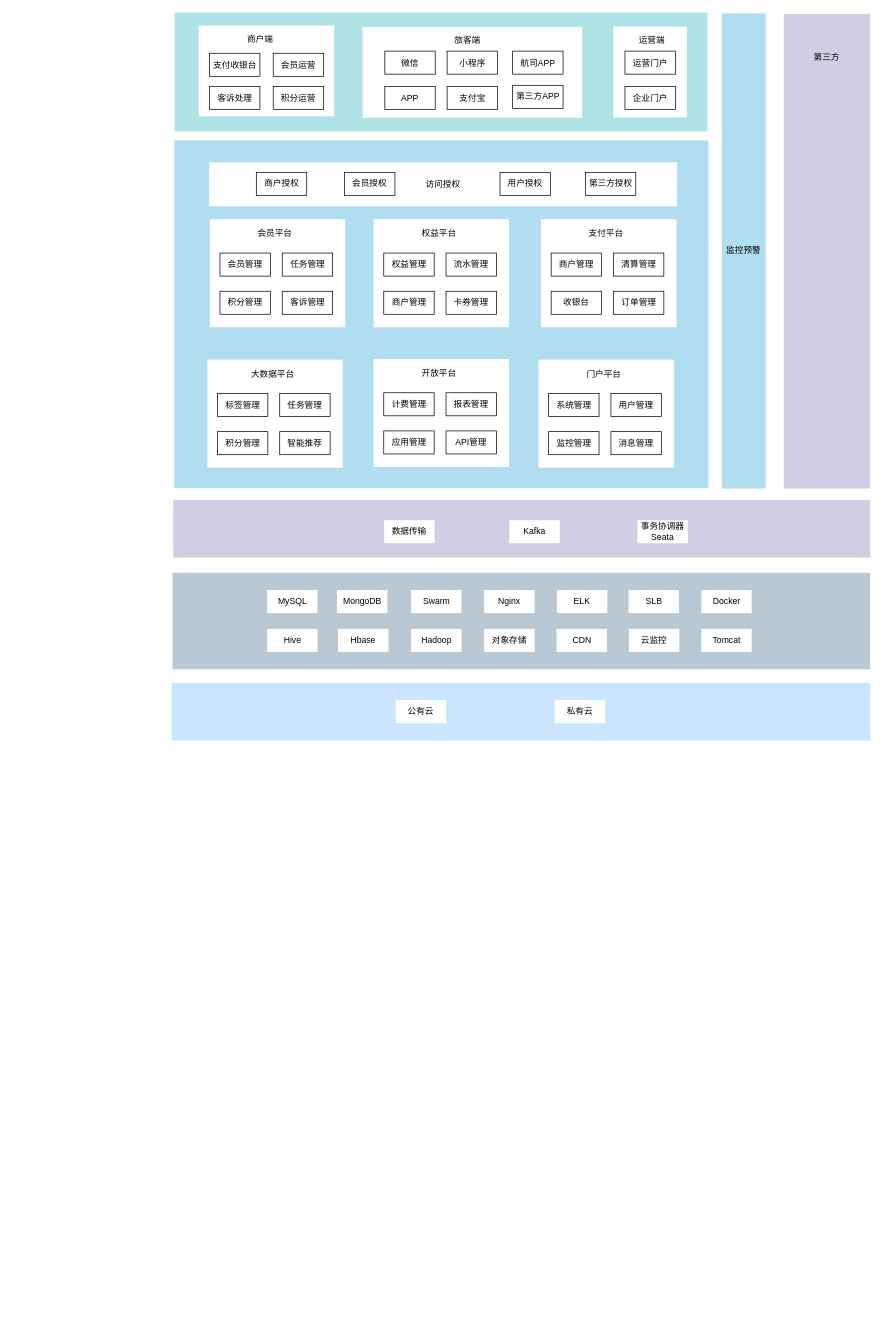
This is beijingAirport.drawio from wuqh/draw, a draw.io file, before an edit. Source tidied: cells renumbered, new cells numbered last; positions are measured from the earlier drawing's top-left corner, leaving out a move shared by most shapes. Both pictures are drawn from the tidied source at 72%, with x=0, y=0 at pixel (171, 12).
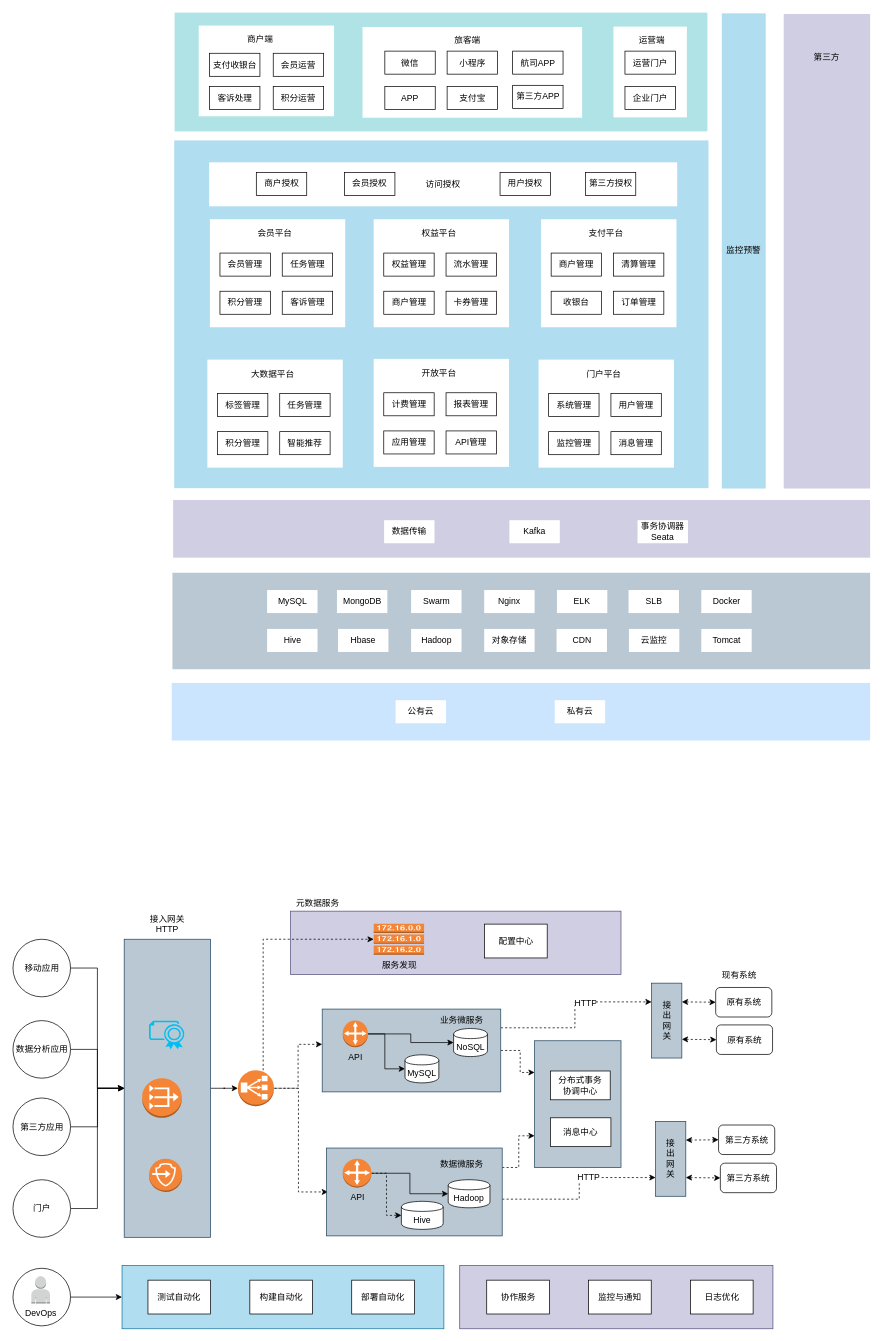
The same diagram, later.

Change to the diagram source:
```diff
@@
+    <mxCell id="88" style="rounded=0;whiteSpace=wrap;html=1;strokeColor=#23445d;fillColor=#bac8d3;" parent="1" vertex="1">
+      <mxGeometry x="504" y="1428" width="120" height="176" as="geometry" />
+    </mxCell>
+    <mxCell id="89" style="rounded=0;whiteSpace=wrap;html=1;strokeColor=#56517e;fillColor=#d0cee2;" parent="1" vertex="1">
+      <mxGeometry x="165" y="1248" width="459" height="88" as="geometry" />
+    </mxCell>
@@
+    <mxCell id="90" style="edgeStyle=orthogonalEdgeStyle;rounded=0;jettySize=auto;html=1;entryX=0;entryY=0.5;entryDx=0;entryDy=0;entryPerimeter=0;" parent="1" edge="1" source="91" target="102">
+      <mxGeometry relative="1" as="geometry" />
+    </mxCell>
+    <mxCell id="91" style="rounded=0;whiteSpace=wrap;html=1;strokeColor=#23445d;fillColor=#bac8d3;" parent="1" vertex="1">
+      <mxGeometry x="-66" y="1287" width="120" height="414" as="geometry" />
+    </mxCell>
+    <mxCell id="92" style="edgeStyle=orthogonalEdgeStyle;rounded=0;jettySize=auto;html=1;entryX=0;entryY=0.5;entryDx=0;entryDy=0;" parent="1" edge="1" source="93" target="91">
+      <mxGeometry relative="1" as="geometry" />
+    </mxCell>
+    <mxCell id="93" value="移动应用" style="ellipse;whiteSpace=wrap;html=1;strokeColor=#000000;" parent="1" vertex="1">
+      <mxGeometry x="-220.5" y="1287" width="80" height="80" as="geometry" />
+    </mxCell>
+    <mxCell id="94" style="edgeStyle=orthogonalEdgeStyle;rounded=0;jettySize=auto;html=1;entryX=0;entryY=0.5;entryDx=0;entryDy=0;" parent="1" edge="1" source="95" target="91">
+      <mxGeometry relative="1" as="geometry" />
+    </mxCell>
+    <mxCell id="95" value="数据分析应用" style="ellipse;whiteSpace=wrap;html=1;strokeColor=#000000;" parent="1" vertex="1">
+      <mxGeometry x="-220.5" y="1400" width="80" height="80" as="geometry" />
+    </mxCell>
+    <mxCell id="96" value="接入网关HTTP" style="text;html=1;strokeColor=none;fillColor=none;align=center;verticalAlign=middle;whiteSpace=wrap;rounded=0;" parent="1" vertex="1">
+      <mxGeometry x="-37.5" y="1256" width="62" height="20" as="geometry" />
+    </mxCell>
+    <mxCell id="97" style="verticalLabelPosition=bottom;html=1;verticalAlign=top;align=center;strokeColor=none;fillColor=#00BEF2;shape=mxgraph.azure.certificate;" parent="1" vertex="1">
+      <mxGeometry x="-31.5" y="1400" width="50" height="40" as="geometry" />
+    </mxCell>
+    <mxCell id="98" style="dashed=0;verticalLabelPosition=bottom;verticalAlign=top;align=center;html=1;shape=mxgraph.aws3.vpc_nat_gateway;fillColor=#F58536;gradientColor=none;strokeColor=#000000;" parent="1" vertex="1">
+      <mxGeometry x="-41" y="1480" width="55" height="55" as="geometry" />
+    </mxCell>
+    <mxCell id="99" style="edgeStyle=orthogonalEdgeStyle;rounded=0;jettySize=auto;html=1;entryX=0;entryY=0.5;entryDx=0;entryDy=0;entryPerimeter=0;dashed=1;" parent="1" edge="1" source="102" target="105">
+      <mxGeometry relative="1" as="geometry">
+        <Array as="points">
+          <mxPoint x="127" y="1287" />
+        </Array>
+      </mxGeometry>
+    </mxCell>
+    <mxCell id="100" style="edgeStyle=orthogonalEdgeStyle;rounded=0;jettySize=auto;html=1;entryX=0;entryY=0.426;entryDx=0;entryDy=0;entryPerimeter=0;dashed=1;" parent="1" edge="1" source="102" target="117">
+      <mxGeometry relative="1" as="geometry" />
+    </mxCell>
+    <mxCell id="101" style="edgeStyle=orthogonalEdgeStyle;rounded=0;orthogonalLoop=1;jettySize=auto;html=1;entryX=0;entryY=0.5;entryDx=0;entryDy=0;dashed=1;" parent="1" edge="1">
+      <mxGeometry relative="1" as="geometry">
+        <mxPoint x="144" y="1494" as="sourcePoint" />
+        <mxPoint x="217" y="1638" as="targetPoint" />
+        <Array as="points">
+          <mxPoint x="176" y="1494" />
+          <mxPoint x="176" y="1638" />
+        </Array>
+      </mxGeometry>
+    </mxCell>
+    <mxCell id="102" style="outlineConnect=0;dashed=0;verticalLabelPosition=bottom;verticalAlign=top;align=center;html=1;shape=mxgraph.aws3.classic_load_balancer;fillColor=#F58536;gradientColor=none;strokeColor=#000000;" parent="1" vertex="1">
+      <mxGeometry x="92" y="1469" width="50" height="50" as="geometry" />
+    </mxCell>
+    <mxCell id="103" value="元数据服务" style="text;html=1;strokeColor=none;fillColor=none;align=center;verticalAlign=middle;whiteSpace=wrap;rounded=0;" parent="1" vertex="1">
+      <mxGeometry x="171.5" y="1228" width="62" height="20" as="geometry" />
+    </mxCell>
+    <mxCell id="104" style="dashed=0;verticalLabelPosition=bottom;verticalAlign=top;align=center;html=1;shape=mxgraph.aws3.endpoints;fillColor=#F58536;gradientColor=none;strokeColor=#000000;" parent="1" vertex="1">
+      <mxGeometry x="-31.5" y="1592" width="46" height="46" as="geometry" />
+    </mxCell>
+    <mxCell id="105" value="服务发现" style="outlineConnect=0;dashed=0;verticalLabelPosition=bottom;verticalAlign=top;align=center;html=1;shape=mxgraph.aws3.route_table;fillColor=#F58536;gradientColor=none;strokeColor=#000000;" parent="1" vertex="1">
+      <mxGeometry x="280.5" y="1265.5" width="70" height="43" as="geometry" />
+    </mxCell>
+    <mxCell id="106" style="edgeStyle=orthogonalEdgeStyle;rounded=0;jettySize=auto;html=1;entryX=0;entryY=0.75;entryDx=0;entryDy=0;dashed=1;" parent="1" edge="1" source="109" target="129">
+      <mxGeometry relative="1" as="geometry">
+        <Array as="points">
+          <mxPoint x="566" y="1648" />
+          <mxPoint x="566" y="1618" />
+        </Array>
+      </mxGeometry>
+    </mxCell>
+    <mxCell id="107" value="HTTP" style="text;html=1;align=center;verticalAlign=middle;labelBackgroundColor=#ffffff;" parent="106" vertex="1">
+      <mxGeometry x="0.23" y="1" relative="1" as="geometry" />
+    </mxCell>
+    <mxCell id="108" style="edgeStyle=orthogonalEdgeStyle;rounded=0;jettySize=auto;html=1;entryX=0;entryY=0.75;entryDx=0;entryDy=0;dashed=1;" parent="1" edge="1" source="109" target="88">
+      <mxGeometry relative="1" as="geometry">
+        <Array as="points">
+          <mxPoint x="482" y="1604" />
+          <mxPoint x="482" y="1560" />
+        </Array>
+      </mxGeometry>
+    </mxCell>
+    <mxCell id="109" style="rounded=0;whiteSpace=wrap;html=1;strokeColor=#23445d;fillColor=#bac8d3;" parent="1" vertex="1">
+      <mxGeometry x="215" y="1577" width="244" height="122" as="geometry" />
+    </mxCell>
+    <mxCell id="110" value="数据微服务" style="text;html=1;strokeColor=none;fillColor=none;align=center;verticalAlign=middle;whiteSpace=wrap;rounded=0;" parent="1" vertex="1">
+      <mxGeometry x="367.5" y="1590" width="70" height="20" as="geometry" />
+    </mxCell>
+    <mxCell id="111" style="edgeStyle=orthogonalEdgeStyle;rounded=0;jettySize=auto;html=1;" parent="1" edge="1" source="113" target="122">
+      <mxGeometry relative="1" as="geometry" />
+    </mxCell>
+    <mxCell id="112" style="edgeStyle=orthogonalEdgeStyle;rounded=0;jettySize=auto;html=1;entryX=0;entryY=0.5;entryDx=0;entryDy=0;dashed=1;" parent="1" edge="1" source="113" target="125">
+      <mxGeometry relative="1" as="geometry" />
+    </mxCell>
+    <mxCell id="113" value="API" style="outlineConnect=0;dashed=0;verticalLabelPosition=bottom;verticalAlign=top;align=center;html=1;shape=mxgraph.aws3.customer_gateway;fillColor=#F58536;gradientColor=none;strokeColor=#000000;" parent="1" vertex="1">
+      <mxGeometry x="237.5" y="1592" width="40" height="40" as="geometry" />
+    </mxCell>
+    <mxCell id="114" style="edgeStyle=orthogonalEdgeStyle;rounded=0;jettySize=auto;html=1;entryX=0;entryY=0.25;entryDx=0;entryDy=0;dashed=1;" parent="1" edge="1" source="117" target="130">
+      <mxGeometry relative="1" as="geometry">
+        <Array as="points">
+          <mxPoint x="560" y="1410" />
+          <mxPoint x="560" y="1374" />
+        </Array>
+      </mxGeometry>
+    </mxCell>
+    <mxCell id="115" value="HTTP" style="text;html=1;align=center;verticalAlign=middle;labelBackgroundColor=#ffffff;" parent="114" vertex="1">
+      <mxGeometry x="0.25" y="-1" relative="1" as="geometry" />
+    </mxCell>
+    <mxCell id="116" style="edgeStyle=orthogonalEdgeStyle;rounded=0;jettySize=auto;html=1;entryX=0;entryY=0.25;entryDx=0;entryDy=0;dashed=1;" parent="1" edge="1" source="117" target="88">
+      <mxGeometry relative="1" as="geometry">
+        <Array as="points">
+          <mxPoint x="484" y="1442" />
+          <mxPoint x="484" y="1472" />
+        </Array>
+      </mxGeometry>
+    </mxCell>
+    <mxCell id="117" style="rounded=0;whiteSpace=wrap;html=1;strokeColor=#23445d;fillColor=#bac8d3;" parent="1" vertex="1">
+      <mxGeometry x="209" y="1384" width="248" height="115" as="geometry" />
+    </mxCell>
+    <mxCell id="118" value="业务微服务" style="text;html=1;strokeColor=none;fillColor=none;align=center;verticalAlign=middle;whiteSpace=wrap;rounded=0;" parent="1" vertex="1">
+      <mxGeometry x="367.5" y="1390" width="70" height="20" as="geometry" />
+    </mxCell>
+    <mxCell id="119" style="edgeStyle=orthogonalEdgeStyle;rounded=0;jettySize=auto;html=1;" parent="1" edge="1" source="121" target="124">
+      <mxGeometry relative="1" as="geometry" />
+    </mxCell>
+    <mxCell id="120" style="edgeStyle=orthogonalEdgeStyle;rounded=0;jettySize=auto;html=1;" parent="1" edge="1" source="121" target="123">
+      <mxGeometry relative="1" as="geometry">
+        <Array as="points">
+          <mxPoint x="296" y="1419" />
+          <mxPoint x="296" y="1467" />
+        </Array>
+      </mxGeometry>
+    </mxCell>
+    <mxCell id="121" value="API" style="outlineConnect=0;dashed=0;verticalLabelPosition=bottom;verticalAlign=top;align=center;html=1;shape=mxgraph.aws3.customer_gateway;fillColor=#F58536;gradientColor=none;strokeColor=#000000;" parent="1" vertex="1">
+      <mxGeometry x="237.5" y="1400" width="35" height="37" as="geometry" />
+    </mxCell>
+    <mxCell id="122" value="Hadoop" style="shape=cylinder;whiteSpace=wrap;html=1;boundedLbl=1;backgroundOutline=1;strokeColor=#000000;" parent="1" vertex="1">
+      <mxGeometry x="384" y="1621" width="58" height="39" as="geometry" />
+    </mxCell>
+    <mxCell id="123" value="MySQL" style="shape=cylinder;whiteSpace=wrap;html=1;boundedLbl=1;backgroundOutline=1;strokeColor=#000000;" parent="1" vertex="1">
+      <mxGeometry x="324" y="1447.5" width="47" height="39" as="geometry" />
+    </mxCell>
+    <mxCell id="124" value="NoSQL" style="shape=cylinder;whiteSpace=wrap;html=1;boundedLbl=1;backgroundOutline=1;strokeColor=#000000;" parent="1" vertex="1">
+      <mxGeometry x="391.5" y="1411" width="47" height="39" as="geometry" />
+    </mxCell>
+    <mxCell id="125" value="Hive" style="shape=cylinder;whiteSpace=wrap;html=1;boundedLbl=1;backgroundOutline=1;strokeColor=#000000;" parent="1" vertex="1">
+      <mxGeometry x="319" y="1651" width="58" height="39" as="geometry" />
+    </mxCell>
+    <mxCell id="126" value="分布式事务&lt;br&gt;协调中心" style="rounded=0;whiteSpace=wrap;html=1;strokeColor=#000000;" parent="1" vertex="1">
+      <mxGeometry x="526" y="1470" width="83" height="40" as="geometry" />
+    </mxCell>
+    <mxCell id="127" value="消息中心" style="rounded=0;whiteSpace=wrap;html=1;strokeColor=#000000;" parent="1" vertex="1">
+      <mxGeometry x="526" y="1535" width="84" height="40" as="geometry" />
+    </mxCell>
+    <mxCell id="128" value="配置中心" style="rounded=0;whiteSpace=wrap;html=1;strokeColor=#000000;" parent="1" vertex="1">
+      <mxGeometry x="434.5" y="1266" width="87" height="47" as="geometry" />
+    </mxCell>
+    <mxCell id="129" value="接&lt;br&gt;出&lt;br&gt;网&lt;br&gt;关" style="rounded=0;whiteSpace=wrap;html=1;strokeColor=#23445d;fillColor=#bac8d3;" parent="1" vertex="1">
+      <mxGeometry x="672" y="1540" width="42" height="104" as="geometry" />
+    </mxCell>
+    <mxCell id="130" value="接&lt;br&gt;出&lt;br&gt;网&lt;br&gt;关" style="rounded=0;whiteSpace=wrap;html=1;strokeColor=#23445d;fillColor=#bac8d3;" parent="1" vertex="1">
+      <mxGeometry x="666.5" y="1348" width="42" height="104" as="geometry" />
+    </mxCell>
+    <mxCell id="131" value="现有系统" style="text;html=1;strokeColor=none;fillColor=none;align=center;verticalAlign=middle;whiteSpace=wrap;rounded=0;" parent="1" vertex="1">
+      <mxGeometry x="759.5" y="1328" width="57" height="20" as="geometry" />
+    </mxCell>
+    <mxCell id="132" value="原有系统" style="rounded=1;whiteSpace=wrap;html=1;strokeColor=#000000;" parent="1" vertex="1">
+      <mxGeometry x="755.5" y="1354" width="78" height="41" as="geometry" />
+    </mxCell>
+    <mxCell id="133" value="原有系统" style="rounded=1;whiteSpace=wrap;html=1;strokeColor=#000000;" parent="1" vertex="1">
+      <mxGeometry x="756.5" y="1406" width="78" height="41" as="geometry" />
+    </mxCell>
+    <mxCell id="134" value="第三方系统" style="rounded=1;whiteSpace=wrap;html=1;strokeColor=#000000;" parent="1" vertex="1">
+      <mxGeometry x="759.5" y="1545" width="78" height="41" as="geometry" />
+    </mxCell>
+    <mxCell id="135" value="第三方系统" style="rounded=1;whiteSpace=wrap;html=1;strokeColor=#000000;" parent="1" vertex="1">
+      <mxGeometry x="762" y="1598" width="78" height="41" as="geometry" />
+    </mxCell>
+    <mxCell id="136" style="endArrow=classic;startArrow=classic;html=1;dashed=1;exitX=1;exitY=0.25;exitDx=0;exitDy=0;entryX=0;entryY=0.5;entryDx=0;entryDy=0;" parent="1" edge="1" source="130" target="132">
+      <mxGeometry relative="1" as="geometry" />
+    </mxCell>
+    <mxCell id="137" style="endArrow=classic;startArrow=classic;html=1;dashed=1;exitX=1;exitY=0.75;exitDx=0;exitDy=0;entryX=0;entryY=0.5;entryDx=0;entryDy=0;" parent="1" edge="1" source="130" target="133">
+      <mxGeometry relative="1" as="geometry" />
+    </mxCell>
+    <mxCell id="138" style="endArrow=classic;startArrow=classic;html=1;dashed=1;exitX=1;exitY=0.25;exitDx=0;exitDy=0;entryX=0;entryY=0.5;entryDx=0;entryDy=0;" parent="1" edge="1" source="129" target="134">
+      <mxGeometry relative="1" as="geometry" />
+    </mxCell>
+    <mxCell id="139" style="endArrow=classic;startArrow=classic;html=1;dashed=1;exitX=1;exitY=0.75;exitDx=0;exitDy=0;entryX=0;entryY=0.5;entryDx=0;entryDy=0;" parent="1" edge="1" source="129" target="135">
+      <mxGeometry relative="1" as="geometry" />
+    </mxCell>
+    <mxCell id="140" style="edgeStyle=orthogonalEdgeStyle;rounded=0;jettySize=auto;html=1;entryX=0;entryY=0.5;entryDx=0;entryDy=0;" parent="1" edge="1" source="141" target="91">
+      <mxGeometry relative="1" as="geometry">
+        <Array as="points">
+          <mxPoint x="-103" y="1548" />
+          <mxPoint x="-103" y="1494" />
+        </Array>
+      </mxGeometry>
+    </mxCell>
+    <mxCell id="141" value="第三方应用" style="ellipse;whiteSpace=wrap;html=1;strokeColor=#000000;" parent="1" vertex="1">
+      <mxGeometry x="-220.5" y="1507.5" width="80" height="80" as="geometry" />
+    </mxCell>
+    <mxCell id="142" style="edgeStyle=orthogonalEdgeStyle;rounded=0;jettySize=auto;html=1;" parent="1" edge="1" source="143" target="91">
+      <mxGeometry relative="1" as="geometry" />
+    </mxCell>
+    <mxCell id="143" value="门户" style="ellipse;whiteSpace=wrap;html=1;strokeColor=#000000;" parent="1" vertex="1">
+      <mxGeometry x="-220.5" y="1621" width="80" height="80" as="geometry" />
+    </mxCell>
+    <mxCell id="144" style="edgeStyle=orthogonalEdgeStyle;rounded=0;jettySize=auto;html=1;entryX=0;entryY=0.5;entryDx=0;entryDy=0;" parent="1" edge="1" source="145" target="147">
+      <mxGeometry relative="1" as="geometry" />
+    </mxCell>
+    <mxCell id="145" style="ellipse;whiteSpace=wrap;html=1;strokeColor=#000000;" parent="1" vertex="1">
+      <mxGeometry x="-220.5" y="1744" width="80" height="80" as="geometry" />
+    </mxCell>
+    <mxCell id="146" value="DevOps" style="dashed=0;verticalLabelPosition=bottom;verticalAlign=top;align=center;html=1;shape=mxgraph.aws3.user;fillColor=#D2D3D3;gradientColor=none;strokeColor=#000000;" parent="1" vertex="1">
+      <mxGeometry x="-195" y="1755" width="26" height="38" as="geometry" />
+    </mxCell>
+    <mxCell id="147" style="rounded=0;whiteSpace=wrap;html=1;strokeColor=#10739e;fillColor=#b1ddf0;" parent="1" vertex="1">
+      <mxGeometry x="-69" y="1740" width="447" height="88" as="geometry" />
+    </mxCell>
+    <mxCell id="148" value="测试自动化" style="rounded=0;whiteSpace=wrap;html=1;strokeColor=#000000;" parent="1" vertex="1">
+      <mxGeometry x="-33" y="1760.5" width="87" height="47" as="geometry" />
+    </mxCell>
+    <mxCell id="149" value="构建自动化" style="rounded=0;whiteSpace=wrap;html=1;strokeColor=#000000;" parent="1" vertex="1">
+      <mxGeometry x="108.5" y="1760.5" width="87" height="47" as="geometry" />
+    </mxCell>
+    <mxCell id="150" value="部署自动化" style="rounded=0;whiteSpace=wrap;html=1;strokeColor=#000000;" parent="1" vertex="1">
+      <mxGeometry x="250" y="1760.5" width="87" height="47" as="geometry" />
+    </mxCell>
+    <mxCell id="151" style="rounded=0;whiteSpace=wrap;html=1;strokeColor=#56517e;fillColor=#d0cee2;" parent="1" vertex="1">
+      <mxGeometry x="400" y="1740" width="435" height="88" as="geometry" />
+    </mxCell>
+    <mxCell id="152" value="协作服务" style="rounded=0;whiteSpace=wrap;html=1;strokeColor=#000000;" parent="1" vertex="1">
+      <mxGeometry x="437.5" y="1760.5" width="87" height="47" as="geometry" />
+    </mxCell>
+    <mxCell id="153" value="监控与通知" style="rounded=0;whiteSpace=wrap;html=1;strokeColor=#000000;" parent="1" vertex="1">
+      <mxGeometry x="579" y="1760.5" width="87" height="47" as="geometry" />
+    </mxCell>
+    <mxCell id="154" value="日志优化" style="rounded=0;whiteSpace=wrap;html=1;strokeColor=#000000;" parent="1" vertex="1">
+      <mxGeometry x="720.5" y="1760.5" width="87" height="47" as="geometry" />
+    </mxCell>
```
